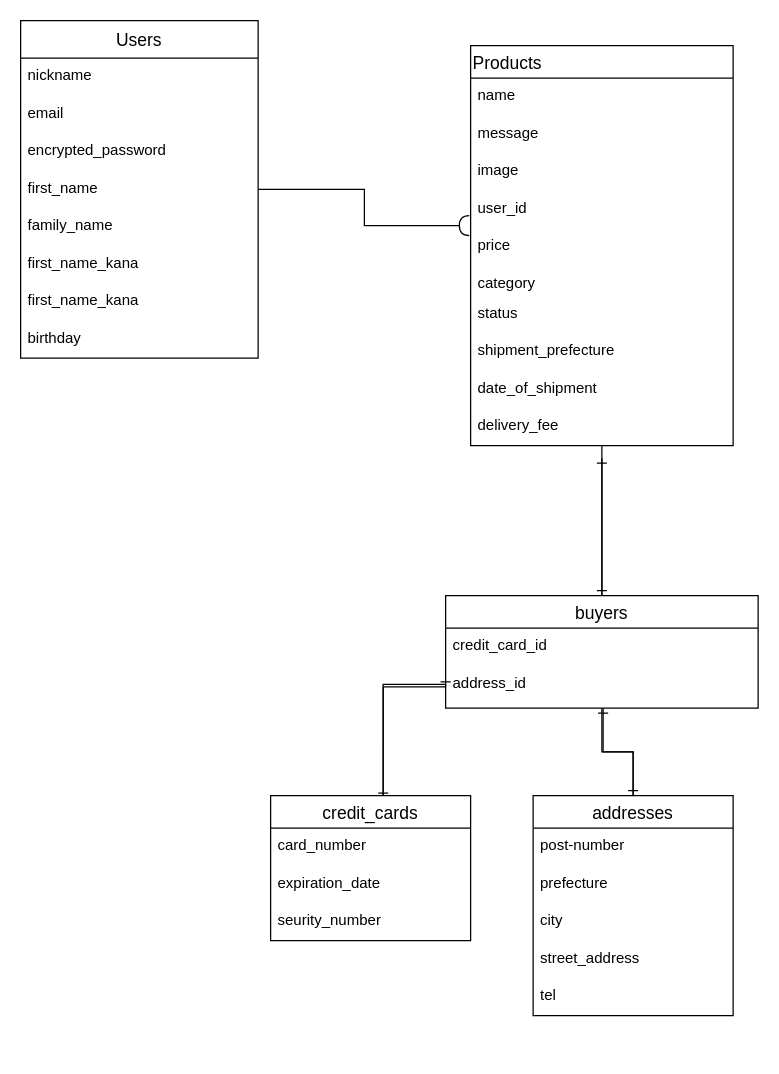
KmgF/furima-30301 keeps this draw.io diagram as lib/db_design.dio. Above is the earlier version. Source tidied: cells renumbered, new cells numbered last; positions are measured from the earlier drawing's top-left corner, leaving out a move shared by most shapes. Both pictures are drawn from the tidied source at 125%, with x=0, y=0 at pixel (20, 20).
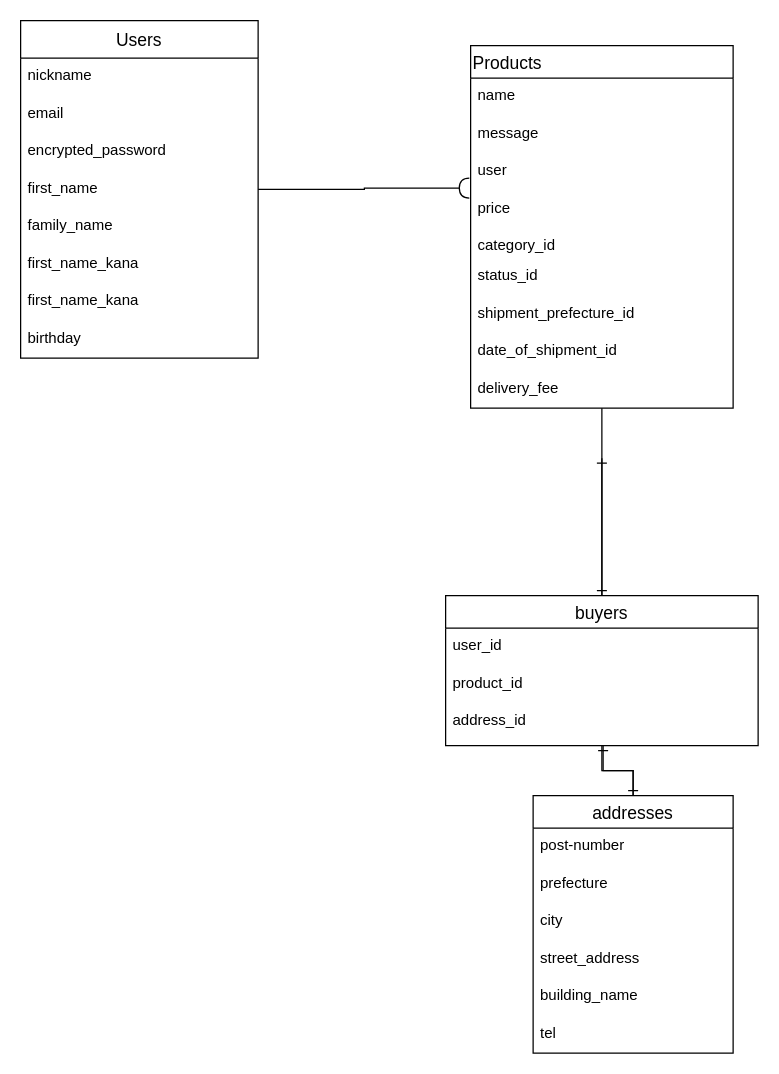
After the change.

The edit, as a diff of the source:
```diff
@@
     <mxCell id="3" value="Products" style="swimlane;fontStyle=0;horizontal=1;startSize=26;align=left;fontSize=14;" parent="1" vertex="1">
-      <mxGeometry x="360" y="20" width="210" height="320" as="geometry" />
+      <mxGeometry x="360" y="20" width="210" height="290" as="geometry" />
     </mxCell>
@@
-    <mxCell id="6" value="image" style="text;strokeColor=none;fillColor=none;spacingLeft=4;spacingRight=4;overflow=hidden;fontSize=12;" parent="3" vertex="1">
-      <mxGeometry y="86" width="210" height="30" as="geometry" />
-    </mxCell>
-    <mxCell id="7" value="user_id" style="text;strokeColor=none;fillColor=none;spacingLeft=4;spacingRight=4;overflow=hidden;points=[[0,0.5],[1,0.5]];portConstraint=eastwest;fontSize=12;" parent="3" vertex="1">
-      <mxGeometry y="116" width="210" height="30" as="geometry" />
+    <mxCell id="7" value="user" style="text;strokeColor=none;fillColor=none;spacingLeft=4;spacingRight=4;overflow=hidden;points=[[0,0.5],[1,0.5]];portConstraint=eastwest;fontSize=12;" parent="3" vertex="1">
+      <mxGeometry y="86" width="210" height="30" as="geometry" />
     </mxCell>
     <mxCell id="8" value="price" style="text;strokeColor=none;fillColor=none;spacingLeft=4;spacingRight=4;overflow=hidden;fontSize=12;" parent="3" vertex="1">
-      <mxGeometry y="146" width="210" height="30" as="geometry" />
+      <mxGeometry y="116" width="210" height="30" as="geometry" />
     </mxCell>
-    <mxCell id="9" value="category" style="text;strokeColor=none;fillColor=none;spacingLeft=4;spacingRight=4;overflow=hidden;fontSize=12;shadow=1;" parent="3" vertex="1">
-      <mxGeometry y="176" width="210" height="24" as="geometry" />
+    <mxCell id="9" value="category_id" style="text;strokeColor=none;fillColor=none;spacingLeft=4;spacingRight=4;overflow=hidden;fontSize=12;shadow=1;" parent="3" vertex="1">
+      <mxGeometry y="146" width="210" height="24" as="geometry" />
     </mxCell>
-    <mxCell id="10" value="status" style="text;strokeColor=none;fillColor=none;spacingLeft=4;spacingRight=4;overflow=hidden;fontSize=12;" parent="3" vertex="1">
-      <mxGeometry y="200" width="210" height="30" as="geometry" />
+    <mxCell id="10" value="status_id" style="text;strokeColor=none;fillColor=none;spacingLeft=4;spacingRight=4;overflow=hidden;fontSize=12;" parent="3" vertex="1">
+      <mxGeometry y="170" width="210" height="30" as="geometry" />
     </mxCell>
-    <mxCell id="11" value="shipment_prefecture" style="text;strokeColor=none;fillColor=none;spacingLeft=4;spacingRight=4;overflow=hidden;fontSize=12;" parent="3" vertex="1">
-      <mxGeometry y="230" width="210" height="30" as="geometry" />
+    <mxCell id="11" value="shipment_prefecture_id" style="text;strokeColor=none;fillColor=none;spacingLeft=4;spacingRight=4;overflow=hidden;fontSize=12;" parent="3" vertex="1">
+      <mxGeometry y="200" width="210" height="30" as="geometry" />
     </mxCell>
-    <mxCell id="12" value="date_of_shipment" style="text;strokeColor=none;fillColor=none;spacingLeft=4;spacingRight=4;overflow=hidden;fontSize=12;" parent="3" vertex="1">
-      <mxGeometry y="260" width="210" height="30" as="geometry" />
+    <mxCell id="12" value="date_of_shipment_id" style="text;strokeColor=none;fillColor=none;spacingLeft=4;spacingRight=4;overflow=hidden;fontSize=12;" parent="3" vertex="1">
+      <mxGeometry y="230" width="210" height="30" as="geometry" />
     </mxCell>
     <mxCell id="13" value="delivery_fee" style="text;strokeColor=none;fillColor=none;spacingLeft=4;spacingRight=4;overflow=hidden;fontSize=12;" parent="3" vertex="1">
-      <mxGeometry y="290" width="210" height="30" as="geometry" />
+      <mxGeometry y="260" width="210" height="30" as="geometry" />
     </mxCell>
@@
-    <mxCell id="24" style="edgeStyle=orthogonalEdgeStyle;rounded=0;jettySize=auto;html=1;endArrow=ERone;endFill=0;exitX=0;exitY=0.5;exitDx=0;exitDy=0;entryX=0.563;entryY=0.017;entryDx=0;entryDy=0;entryPerimeter=0;" parent="1" edge="1" source="28" target="30">
-      <mxGeometry relative="1" as="geometry" />
-    </mxCell>
@@
     <mxCell id="26" value="buyers" style="swimlane;fontStyle=0;horizontal=1;startSize=26;align=center;fontSize=14;" parent="1" vertex="1">
-      <mxGeometry x="340" y="460" width="250" height="90" as="geometry" />
+      <mxGeometry x="340" y="460" width="250" height="120" as="geometry" />
     </mxCell>
-    <mxCell id="27" value="credit_card_id" style="text;strokeColor=none;fillColor=none;spacingLeft=4;spacingRight=4;overflow=hidden;fontSize=12;" parent="26" vertex="1">
+    <mxCell id="27" value="user_id" style="text;strokeColor=none;fillColor=none;spacingLeft=4;spacingRight=4;overflow=hidden;fontSize=12;" parent="26" vertex="1">
       <mxGeometry y="26" width="250" height="30" as="geometry" />
     </mxCell>
+    <mxCell id="42" value="product_id" style="text;strokeColor=none;fillColor=none;spacingLeft=4;spacingRight=4;overflow=hidden;fontSize=12;" parent="26" vertex="1">
+      <mxGeometry y="56" width="250" height="30" as="geometry" />
+    </mxCell>
     <mxCell id="28" value="address_id" style="text;strokeColor=none;fillColor=none;spacingLeft=4;spacingRight=4;overflow=hidden;points=[[0,0.5],[1,0.5]];portConstraint=eastwest;fontSize=12;" parent="26" vertex="1">
-      <mxGeometry y="56" width="250" height="34" as="geometry" />
+      <mxGeometry y="86" width="250" height="34" as="geometry" />
     </mxCell>
-    <mxCell id="29" style="edgeStyle=orthogonalEdgeStyle;rounded=0;jettySize=auto;html=1;entryX=0;entryY=0.5;entryDx=0;entryDy=0;endArrow=ERone;endFill=0;" parent="1" edge="1" source="30" target="28">
-      <mxGeometry relative="1" as="geometry">
-        <Array as="points">
-          <mxPoint x="290" y="531" />
-        </Array>
-      </mxGeometry>
-    </mxCell>
-    <mxCell id="30" value="credit_cards" style="swimlane;fontStyle=0;horizontal=1;startSize=26;align=center;fontSize=14;" parent="1" vertex="1">
-      <mxGeometry x="200" y="620" width="160" height="116" as="geometry" />
-    </mxCell>
-    <mxCell id="31" value="card_number" style="text;strokeColor=none;fillColor=none;spacingLeft=4;spacingRight=4;overflow=hidden;fontSize=12;" parent="30" vertex="1">
-      <mxGeometry y="26" width="160" height="30" as="geometry" />
-    </mxCell>
-    <mxCell id="32" value="expiration_date" style="text;strokeColor=none;fillColor=none;spacingLeft=4;spacingRight=4;overflow=hidden;fontSize=12;" parent="30" vertex="1">
-      <mxGeometry y="56" width="160" height="30" as="geometry" />
-    </mxCell>
-    <mxCell id="33" value="seurity_number" style="text;strokeColor=none;fillColor=none;spacingLeft=4;spacingRight=4;overflow=hidden;fontSize=12;" parent="30" vertex="1">
-      <mxGeometry y="86" width="160" height="30" as="geometry" />
-    </mxCell>
@@
     <mxCell id="35" value="addresses" style="swimlane;fontStyle=0;horizontal=1;startSize=26;align=center;fontSize=14;" parent="1" vertex="1">
-      <mxGeometry x="410" y="620" width="160" height="176" as="geometry" />
+      <mxGeometry x="410" y="620" width="160" height="206" as="geometry" />
     </mxCell>
@@
+    <mxCell id="43" value="building_name" style="text;strokeColor=none;fillColor=none;spacingLeft=4;spacingRight=4;overflow=hidden;fontSize=12;" parent="35" vertex="1">
+      <mxGeometry y="146" width="160" height="30" as="geometry" />
+    </mxCell>
     <mxCell id="40" value="tel" style="text;strokeColor=none;fillColor=none;spacingLeft=4;spacingRight=4;overflow=hidden;fontSize=12;" parent="35" vertex="1">
-      <mxGeometry y="146" width="160" height="30" as="geometry" />
+      <mxGeometry y="176" width="160" height="30" as="geometry" />
     </mxCell>
```
